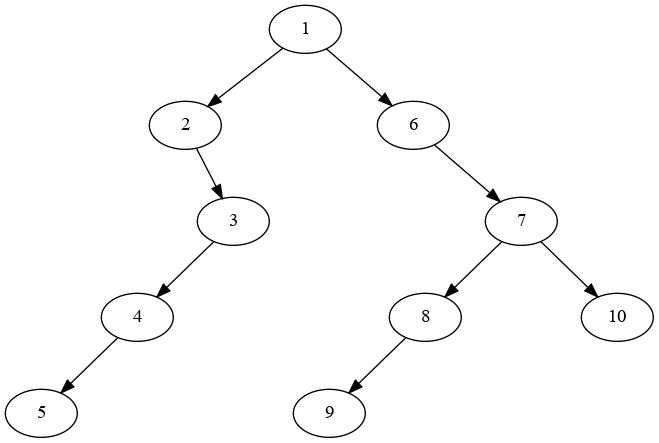
Before: docs/mp2i/files/C12/temp.png, a diagram exported from Graphviz (fabricenativel/cpge-info). Its source is kept beside it as docs/mp2i/files/C12/temp.gv.
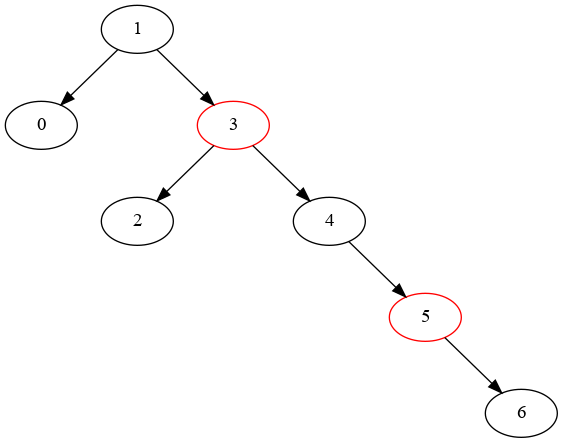
After the commit.

Diff of the diagram source:
```diff
@@ -1,35 +1,27 @@
 digraph mygraph {
-1 -> 2
+1 [color = black]
+1 -> 0
 I0 [style=invis]
  1 -> I0 [style=invis]
-1 -> 6
+1 -> 3
+0 [color = black]
+3 [color = red]
+3 -> 2
 I1 [style=invis]
- 2 -> I1 [style=invis]
+ 3 -> I1 [style=invis]
+3 -> 4
+2 [color = black]
+4 [color = black]
 I2 [style=invis]
- 2 -> I2 [style=invis]
-2 -> 3
-3 -> 4
+ 4 -> I2 [style=invis]
 I3 [style=invis]
- 3 -> I3 [style=invis]
+ 4 -> I3 [style=invis]
+4 -> 5
+5 [color = red]
 I4 [style=invis]
- 3 -> I4 [style=invis]
-4 -> 5
+ 5 -> I4 [style=invis]
 I5 [style=invis]
- 4 -> I5 [style=invis]
-I6 [style=invis]
- 4 -> I6 [style=invis]
-I7 [style=invis]
- 6 -> I7 [style=invis]
-I8 [style=invis]
- 6 -> I8 [style=invis]
-6 -> 7
-7 -> 8
-I9 [style=invis]
- 7 -> I9 [style=invis]
-7 -> 10
-8 -> 9
-I10 [style=invis]
- 8 -> I10 [style=invis]
-I11 [style=invis]
- 8 -> I11 [style=invis]
+ 5 -> I5 [style=invis]
+5 -> 6
+6 [color = black]
 }
```
